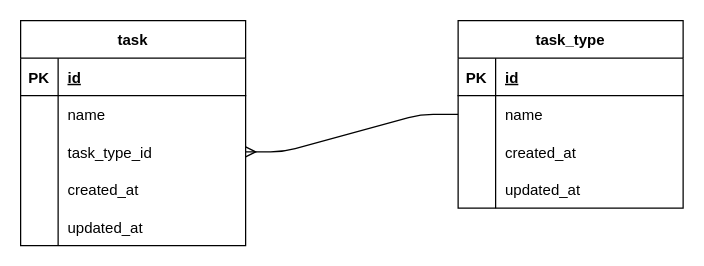
This is apps/api/Docs/erd.drawio from atman-33/asp-nextjs-boilerplate, a draw.io file, before an edit. Source tidied: cells renumbered, new cells numbered last; positions are measured from the earlier drawing's top-left corner, leaving out a move shared by most shapes. Both pictures are drawn from the tidied source at 125%, with x=0, y=0 at pixel (20, 20).
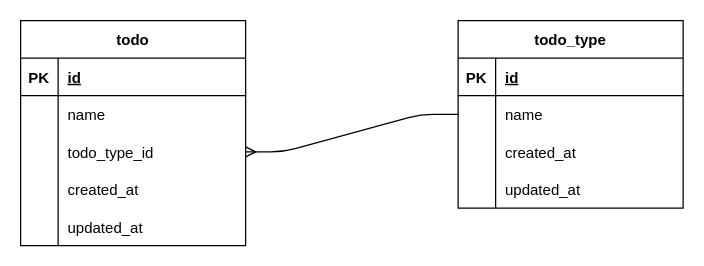
After the change.

Commit message:
docs(api): erdを更新

Unchanged cells that the change refers to:
```xml
<mxCell id="9" style="shape=tableRow;horizontal=0;startSize=0;swimlaneHead=0;swimlaneBody=0;fillColor=none;points=[[0,0.5],[1,0.5]];portConstraint=eastwest;top=0;left=0;right=0;bottom=0;" parent="2" vertex="1">
  <mxGeometry y="90" width="180" height="30" as="geometry" />
</mxCell>
```

The edit, as a diff of the source:
```diff
@@
-    <mxCell id="2" value="task" style="shape=table;startSize=30;childLayout=tableLayout;rowLines=0;fontStyle=1;align=center;" parent="1" vertex="1">
+    <mxCell id="2" value="todo" style="shape=table;startSize=30;childLayout=tableLayout;rowLines=0;fontStyle=1;align=center;" parent="1" vertex="1">
       <mxGeometry width="180" height="180" as="geometry" />
     </mxCell>
@@
-    <mxCell id="11" value="task_type_id" style="shape=partialRectangle;fillColor=none;top=0;left=0;bottom=0;right=0;align=left;spacingLeft=6;overflow=hidden;" parent="9" vertex="1">
+    <mxCell id="11" value="todo_type_id" style="shape=partialRectangle;fillColor=none;top=0;left=0;bottom=0;right=0;align=left;spacingLeft=6;overflow=hidden;" parent="9" vertex="1">
       <mxGeometry x="30" width="150" height="30" as="geometry" />
     </mxCell>
@@
-    <mxCell id="18" value="task_type" style="shape=table;startSize=30;childLayout=tableLayout;rowLines=0;fontStyle=1;align=center;" parent="1" vertex="1">
+    <mxCell id="18" value="todo_type" style="shape=table;startSize=30;childLayout=tableLayout;rowLines=0;fontStyle=1;align=center;" parent="1" vertex="1">
       <mxGeometry x="350" width="180" height="150" as="geometry" />
     </mxCell>
```
